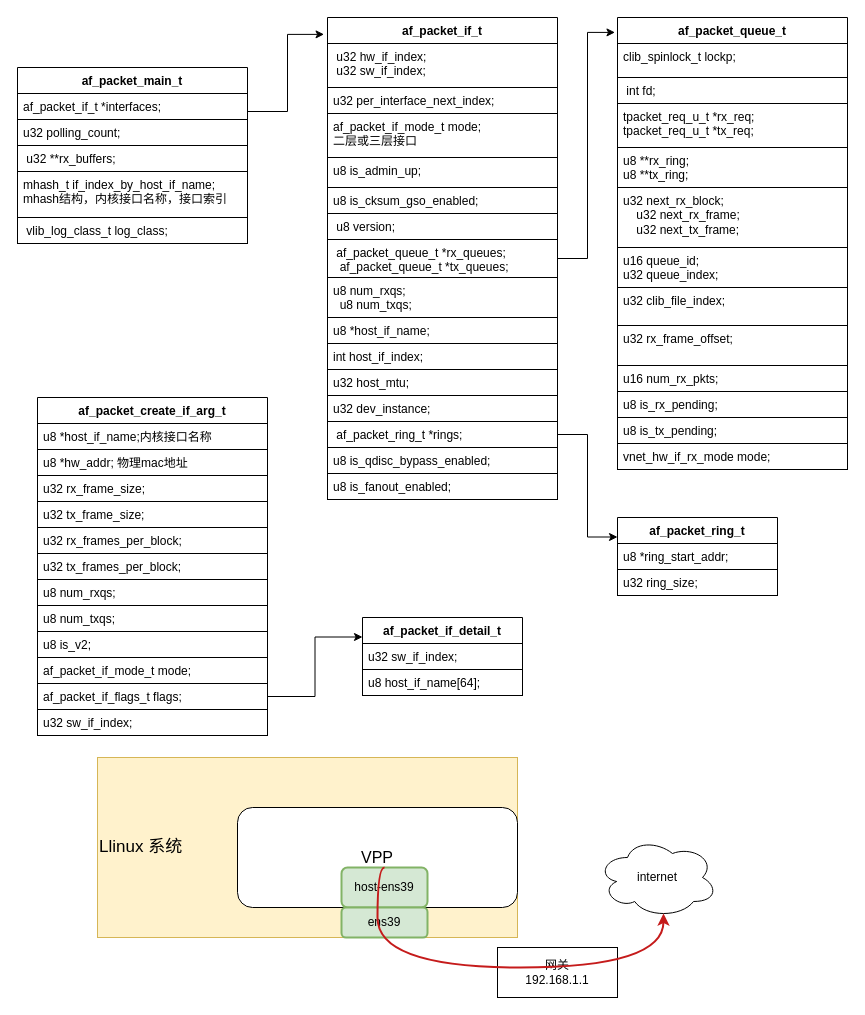
Earlier version of the draw.io diagram new_map/AF_PACKET.drawio (jin13417/dpdk-vpp-learning). Source tidied: cells renumbered, new cells numbered last; positions are measured from the earlier drawing's top-left corner, leaving out a move shared by most shapes. Both pictures are drawn from the tidied source at 100%, with x=0, y=0 at pixel (17, 17).
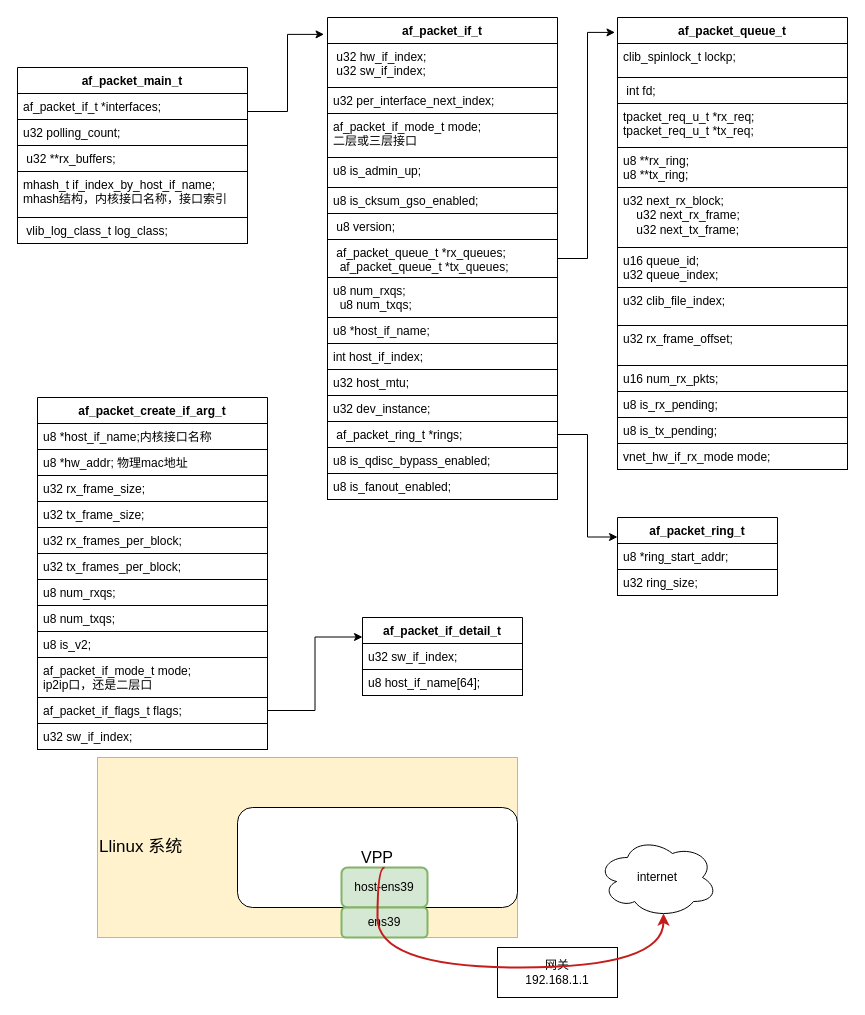
After the change.

What changed in the source:
```diff
@@
     <mxCell id="53" value="af_packet_create_if_arg_t" style="swimlane;fontStyle=1;align=center;verticalAlign=top;horizontal=1;startSize=26;whiteSpace=wrap;html=1;" parent="1" vertex="1">
-      <mxGeometry x="20" y="380" width="230" height="338" as="geometry" />
+      <mxGeometry x="20" y="380" width="230" height="352" as="geometry" />
     </mxCell>
@@
-    <mxCell id="63" value="af_packet_if_mode_t mode;" style="text;strokeColor=default;fillColor=default;align=left;verticalAlign=top;spacingLeft=4;spacingRight=4;overflow=hidden;whiteSpace=wrap;html=1;" parent="53" vertex="1">
-      <mxGeometry y="260" width="230" height="26" as="geometry" />
+    <mxCell id="63" value="af_packet_if_mode_t mode;&lt;br&gt;ip2ip口，还是二层口" style="text;strokeColor=default;fillColor=default;align=left;verticalAlign=top;spacingLeft=4;spacingRight=4;overflow=hidden;whiteSpace=wrap;html=1;" parent="53" vertex="1">
+      <mxGeometry y="260" width="230" height="40" as="geometry" />
     </mxCell>
     <mxCell id="64" value="af_packet_if_flags_t flags;" style="text;strokeColor=default;fillColor=default;align=left;verticalAlign=top;spacingLeft=4;spacingRight=4;overflow=hidden;points=[[0,0.5],[1,0.5]];portConstraint=eastwest;whiteSpace=wrap;html=1;" parent="53" vertex="1">
-      <mxGeometry y="286" width="230" height="26" as="geometry" />
+      <mxGeometry y="300" width="230" height="26" as="geometry" />
     </mxCell>
     <mxCell id="65" value="u32 sw_if_index;" style="text;strokeColor=default;fillColor=default;align=left;verticalAlign=top;spacingLeft=4;spacingRight=4;overflow=hidden;whiteSpace=wrap;html=1;" parent="53" vertex="1">
-      <mxGeometry y="312" width="230" height="26" as="geometry" />
+      <mxGeometry y="326" width="230" height="26" as="geometry" />
     </mxCell>
```
